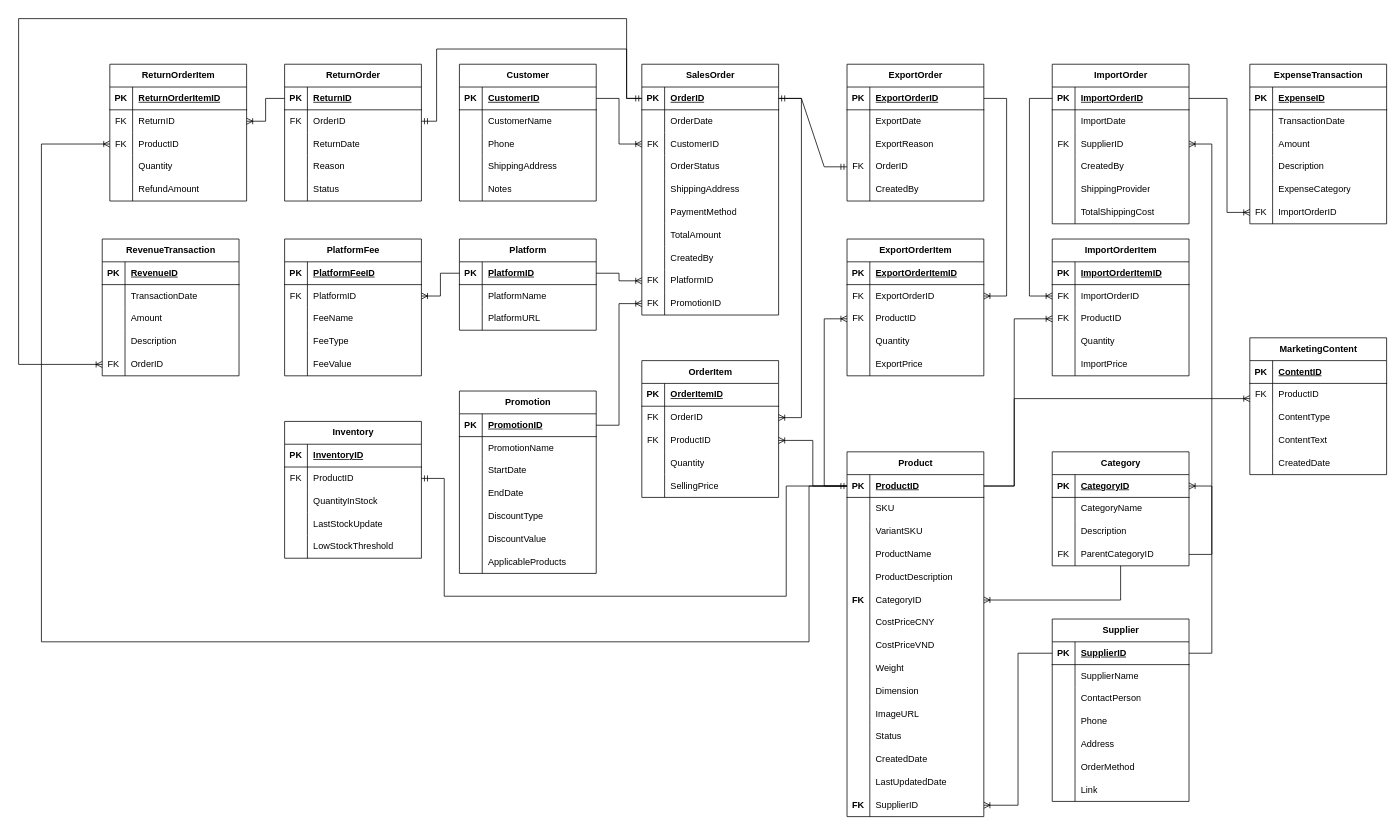
Before: page "ER Diagram" (2 of 5) of Docs/Bunstock.drawio in ngoc-anh22/Bunstock, a draw.io diagram. Source tidied: cells renumbered, new cells numbered last; positions are measured from the earlier drawing's top-left corner, leaving out a move shared by most shapes. Both pictures are drawn from the tidied source at 76%, with x=0, y=0 at pixel (18, 18).
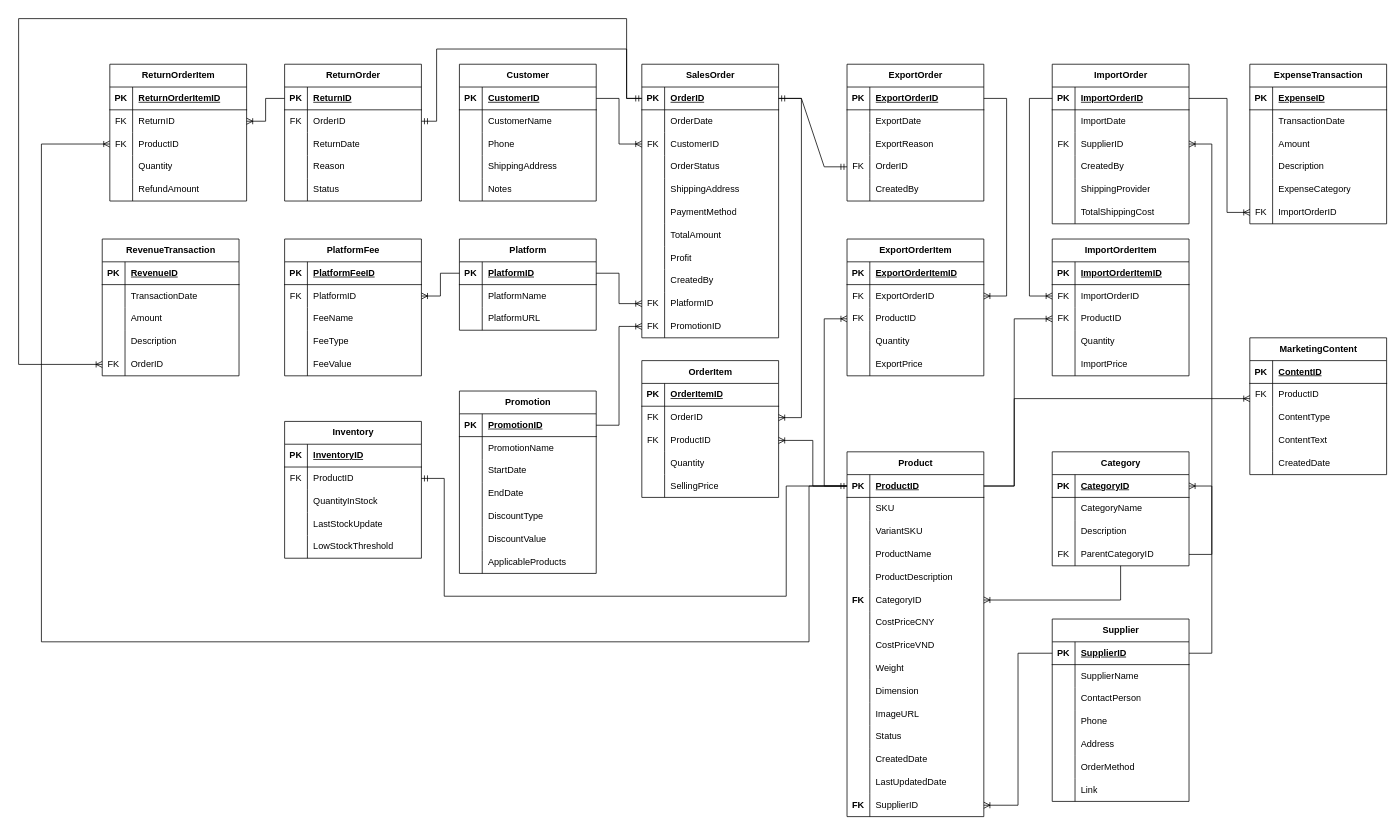
The same page after the edit.

The edit, as a diff of the source:
```diff
@@
     <mxCell id="85" value="SalesOrder" style="shape=table;startSize=30;childLayout=tableLayout;rowLines=0;fontStyle=1;align=center;html=1;" parent="1" vertex="1">
-      <mxGeometry x="820" y="60" width="180" height="330" as="geometry" />
+      <mxGeometry x="820" y="60" width="180" height="360" as="geometry" />
     </mxCell>
@@
+    <mxCell id="382" style="shape=tableRow;horizontal=0;startSize=0;swimlaneHead=0;swimlaneBody=0;fillColor=none;top=0;left=0;right=0;bottom=0;" parent="85" vertex="1">
+      <mxGeometry y="240" width="180" height="30" as="geometry" />
+    </mxCell>
+    <mxCell id="383" style="shape=partialRectangle;fillColor=none;top=0;left=0;bottom=0;right=0;overflow=hidden;whiteSpace=wrap;html=1;" parent="382" vertex="1">
+      <mxGeometry width="30" height="30" as="geometry" />
+    </mxCell>
+    <mxCell id="384" value="Profit" style="shape=partialRectangle;fillColor=none;top=0;left=0;bottom=0;right=0;align=left;spacingLeft=6;overflow=hidden;whiteSpace=wrap;html=1;" parent="382" vertex="1">
+      <mxGeometry x="30" width="150" height="30" as="geometry" />
+    </mxCell>
     <mxCell id="107" style="shape=tableRow;horizontal=0;startSize=0;swimlaneHead=0;swimlaneBody=0;fillColor=none;top=0;left=0;right=0;bottom=0;" parent="85" vertex="1">
-      <mxGeometry y="240" width="180" height="30" as="geometry" />
+      <mxGeometry y="270" width="180" height="30" as="geometry" />
     </mxCell>
@@
     <mxCell id="110" style="shape=tableRow;horizontal=0;startSize=0;swimlaneHead=0;swimlaneBody=0;fillColor=none;points=[[0,0.5],[1,0.5]];portConstraint=eastwest;top=0;left=0;right=0;bottom=0;" parent="85" vertex="1">
-      <mxGeometry y="270" width="180" height="30" as="geometry" />
+      <mxGeometry y="300" width="180" height="30" as="geometry" />
     </mxCell>
@@
     <mxCell id="113" style="shape=tableRow;horizontal=0;startSize=0;swimlaneHead=0;swimlaneBody=0;fillColor=none;points=[[0,0.5],[1,0.5]];portConstraint=eastwest;top=0;left=0;right=0;bottom=0;" parent="85" vertex="1">
-      <mxGeometry y="300" width="180" height="30" as="geometry" />
+      <mxGeometry y="330" width="180" height="30" as="geometry" />
     </mxCell>
```
